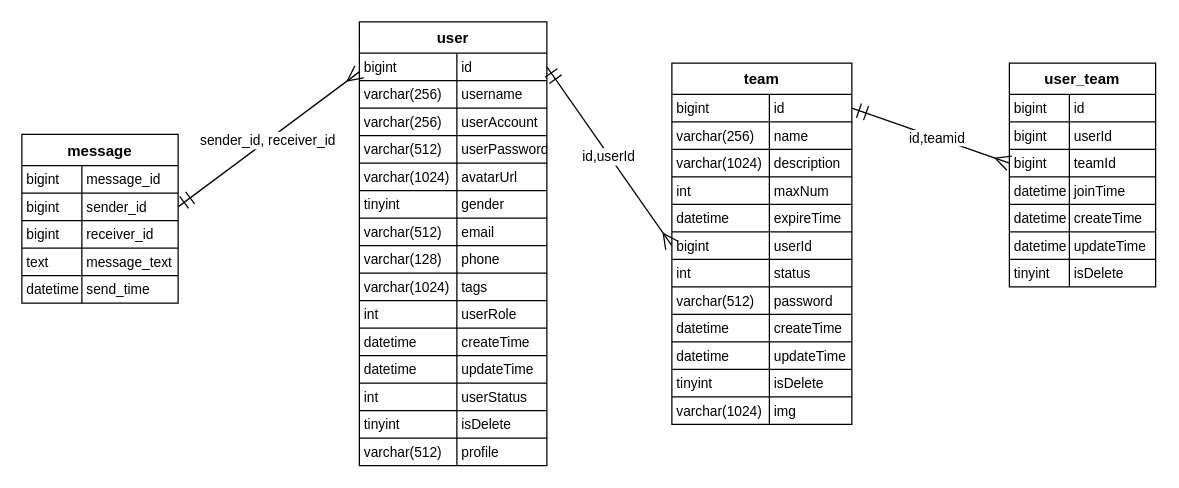
Above: 毕设er图.drawio in nmdsbzmhbkyy/resources (draw.io), before the change. Source tidied: cells renumbered, new cells numbered last; positions are measured from the earlier drawing's top-left corner, leaving out a move shared by most shapes. Both pictures are drawn from the tidied source at 125%, with x=0, y=0 at pixel (21, 21).
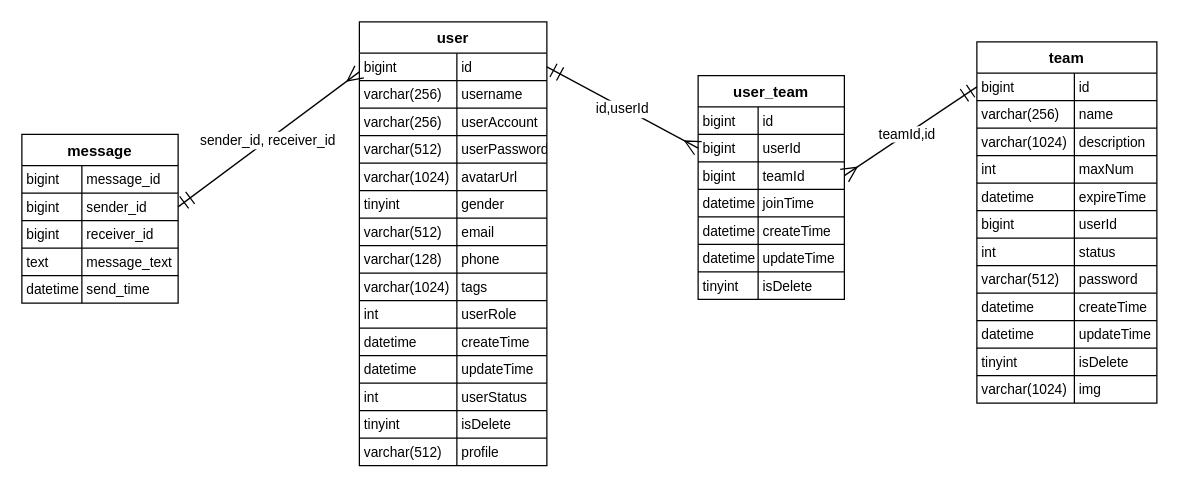
The same page after the edit.

Commit message:
更新毕设er图.drawio

Unchanged cells that the change refers to:
```xml
<mxCell id="19" style="shape=tableRow;horizontal=0;startSize=0;swimlaneHead=0;swimlaneBody=0;fillColor=none;points=[[0,0.5],[1,0.5]];portConstraint=eastwest;top=0;left=0;right=0;bottom=0;" parent="18" vertex="1">
  <mxGeometry y="25" width="150" height="22" as="geometry" />
</mxCell>
<mxCell id="65" style="shape=tableRow;horizontal=0;startSize=0;swimlaneHead=0;swimlaneBody=0;fillColor=none;points=[[0,0.5],[1,0.5]];portConstraint=eastwest;top=0;left=0;right=0;bottom=0;" parent="64" vertex="1">
  <mxGeometry y="25" width="144" height="22" as="geometry" />
</mxCell>
<mxCell id="80" style="shape=tableRow;horizontal=0;startSize=0;swimlaneHead=0;swimlaneBody=0;fillColor=none;points=[[0,0.5],[1,0.5]];portConstraint=eastwest;top=0;left=0;right=0;bottom=0;" parent="64" vertex="1">
  <mxGeometry y="135" width="144" height="22" as="geometry" />
</mxCell>
<mxCell id="105" style="shape=tableRow;horizontal=0;startSize=0;swimlaneHead=0;swimlaneBody=0;fillColor=none;points=[[0,0.5],[1,0.5]];portConstraint=eastwest;top=0;left=0;right=0;bottom=0;" parent="101" vertex="1">
  <mxGeometry y="47" width="117" height="22" as="geometry" />
</mxCell>
<mxCell id="108" style="shape=tableRow;horizontal=0;startSize=0;swimlaneHead=0;swimlaneBody=0;fillColor=none;points=[[0,0.5],[1,0.5]];portConstraint=eastwest;top=0;left=0;right=0;bottom=0;" parent="101" vertex="1">
  <mxGeometry y="69" width="117" height="22" as="geometry" />
</mxCell>
```

Diff of the diagram source:
```diff
@@
     <mxCell id="64" value="team" style="shape=table;startSize=25;childLayout=tableLayout;rowLines=1;fontStyle=1;align=center;" parent="1" vertex="1">
-      <mxGeometry x="520" y="33" width="144" height="289" as="geometry" />
+      <mxGeometry x="764" y="16" width="144" height="289" as="geometry" />
     </mxCell>
@@
     <mxCell id="101" value="user_team" style="shape=table;startSize=25;childLayout=tableLayout;rowLines=1;fontStyle=1;align=center;" parent="1" vertex="1">
-      <mxGeometry x="790" y="33" width="117" height="179" as="geometry" />
+      <mxGeometry x="541" y="43" width="117" height="179" as="geometry" />
     </mxCell>
@@
-    <mxCell id="124" value="id,userId" style="curved=1;startArrow=ERmandOne;startSize=10;endArrow=ERmany;endSize=10;entryX=0;entryY=0.5;rounded=0;exitX=1;exitY=0.5;exitDx=0;exitDy=0;entryDx=0;entryDy=0;" parent="1" edge="1" source="19" target="80">
+    <mxCell id="124" value="id,userId" style="curved=1;startArrow=ERmandOne;startSize=10;endArrow=ERmany;endSize=10;rounded=0;exitX=1;exitY=0.5;exitDx=0;exitDy=0;entryX=0;entryY=0.5;entryDx=0;entryDy=0;" parent="1" edge="1" source="19" target="105">
       <mxGeometry relative="1" as="geometry" />
     </mxCell>
-    <mxCell id="125" style="curved=1;startArrow=ERmandOne;startSize=10;endArrow=ERmany;endSize=10;exitX=1;exitY=0.5;rounded=0;exitDx=0;exitDy=0;entryX=0;entryY=0.5;entryDx=0;entryDy=0;" parent="1" edge="1" source="65" target="108">
+    <mxCell id="125" style="curved=1;startArrow=ERmandOne;startSize=10;endArrow=ERmany;endSize=10;exitX=0;exitY=0.5;rounded=0;exitDx=0;exitDy=0;entryX=1;entryY=0.5;entryDx=0;entryDy=0;" parent="1" edge="1" source="65" target="108">
       <mxGeometry x="-0.06" y="-1" relative="1" as="geometry" />
     </mxCell>
-    <mxCell id="126" value="id,teamid" style="edgeLabel;html=1;align=center;verticalAlign=middle;" parent="125" vertex="1">
+    <mxCell id="126" value="teamId,id" style="edgeLabel;html=1;align=center;verticalAlign=middle;" parent="125" vertex="1">
       <mxGeometry x="0.06" relative="1" as="geometry" />
     </mxCell>
```
